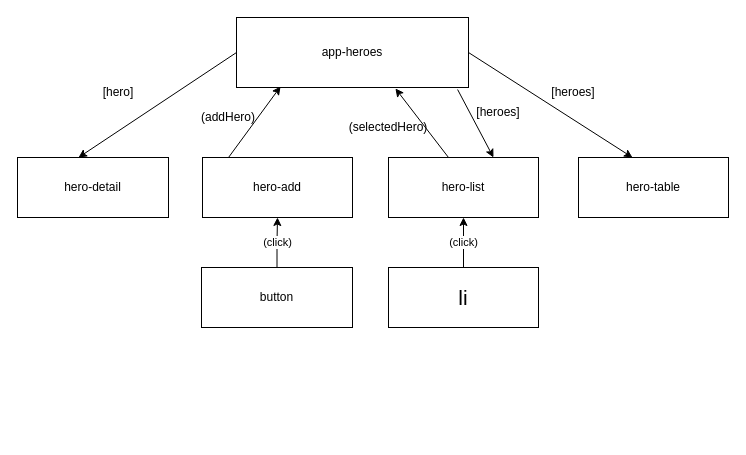
Before: Untitled Diagram.drawio in jirovick/asp1, a draw.io diagram. Source tidied: cells renumbered, new cells numbered last; positions are measured from the earlier drawing's top-left corner, leaving out a move shared by most shapes. Both pictures are drawn from the tidied source at 100%, with x=0, y=0 at pixel (17, 17).
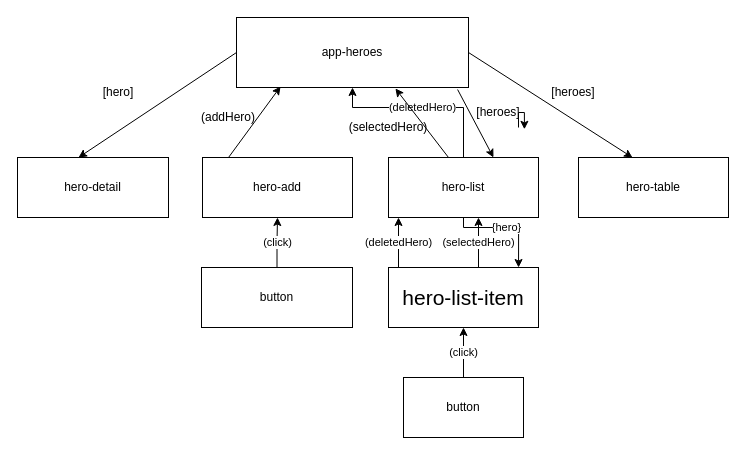
The same diagram, later.

Unchanged cells that the change refers to:
```xml
<mxCell id="2" value="app-heroes" style="rounded=0;whiteSpace=wrap;html=1;" parent="1" vertex="1">
  <mxGeometry x="219" width="232" height="70" as="geometry" />
</mxCell>
<mxCell id="5" value="hero-list" style="rounded=0;whiteSpace=wrap;html=1;" parent="1" vertex="1">
  <mxGeometry x="371" y="140" width="150" height="60" as="geometry" />
</mxCell>
<mxCell id="13" value="[heroes]" style="text;html=1;strokeColor=none;fillColor=none;align=center;verticalAlign=middle;whiteSpace=wrap;rounded=0;" parent="1" vertex="1">
  <mxGeometry x="441" y="80" width="80" height="30" as="geometry" />
</mxCell>
```

Change to the diagram source:
```diff
@@
+    <mxCell id="21" value="(deletedHero)" style="edgeStyle=orthogonalEdgeStyle;rounded=0;jettySize=auto;html=1;" parent="1" edge="1" source="5" target="2">
+      <mxGeometry relative="1" as="geometry">
+        <Array as="points">
+          <mxPoint x="446" y="90" />
+          <mxPoint x="335" y="90" />
+        </Array>
+      </mxGeometry>
+    </mxCell>
+    <mxCell id="22" value="{hero}" style="edgeStyle=orthogonalEdgeStyle;rounded=0;jettySize=auto;html=1;entryX=0.867;entryY=0;entryDx=0;entryDy=0;entryPerimeter=0;" parent="1" edge="1" source="5" target="18">
+      <mxGeometry relative="1" as="geometry">
+        <Array as="points">
+          <mxPoint x="446" y="210" />
+          <mxPoint x="501" y="210" />
+        </Array>
+      </mxGeometry>
+    </mxCell>
@@
-    <mxCell id="17" value="(click)" style="edgeStyle=orthogonalEdgeStyle;rounded=0;jettySize=auto;html=1;" parent="1" edge="1" source="18" target="5">
-      <mxGeometry relative="1" as="geometry">
-        <Array as="points">
-          <mxPoint x="446" y="220" />
-          <mxPoint x="446" y="220" />
-        </Array>
-      </mxGeometry>
-    </mxCell>
+    <mxCell id="23" value="(deletedHero)" style="edgeStyle=orthogonalEdgeStyle;rounded=0;jettySize=auto;html=1;" parent="1" edge="1" source="18" target="5">
+      <mxGeometry relative="1" as="geometry">
+        <Array as="points">
+          <mxPoint x="381" y="230" />
+          <mxPoint x="381" y="230" />
+        </Array>
+      </mxGeometry>
+    </mxCell>
+    <mxCell id="24" value="(selectedHero)" style="edgeStyle=orthogonalEdgeStyle;rounded=0;jettySize=auto;html=1;" parent="1" edge="1" source="18" target="5">
+      <mxGeometry relative="1" as="geometry">
+        <Array as="points">
+          <mxPoint x="461" y="220" />
+          <mxPoint x="461" y="220" />
+        </Array>
+      </mxGeometry>
+    </mxCell>
-    <mxCell id="18" value="&lt;font style=&quot;font-size: 21px&quot;&gt;li&lt;/font&gt;" style="rounded=0;whiteSpace=wrap;html=1;" parent="1" vertex="1">
+    <mxCell id="18" value="&lt;font style=&quot;font-size: 21px&quot;&gt;hero-list-item&lt;/font&gt;" style="rounded=0;whiteSpace=wrap;html=1;" parent="1" vertex="1">
       <mxGeometry x="371" y="250" width="150" height="60" as="geometry" />
     </mxCell>
@@
+    <mxCell id="25" style="edgeStyle=orthogonalEdgeStyle;rounded=0;orthogonalLoop=1;jettySize=auto;html=1;exitX=0.75;exitY=1;exitDx=0;exitDy=0;entryX=0.824;entryY=1.059;entryDx=0;entryDy=0;entryPerimeter=0;" parent="1" edge="1" source="13" target="13">
+      <mxGeometry relative="1" as="geometry">
+        <Array as="points">
+          <mxPoint x="501" y="95" />
+          <mxPoint x="507" y="95" />
+        </Array>
+      </mxGeometry>
+    </mxCell>
+    <mxCell id="17" value="(click)" style="edgeStyle=orthogonalEdgeStyle;rounded=0;jettySize=auto;html=1;" parent="1" edge="1" source="26" target="18">
+      <mxGeometry relative="1" as="geometry" />
+    </mxCell>
+    <mxCell id="26" value="button" style="rounded=0;whiteSpace=wrap;html=1;" parent="1" vertex="1">
+      <mxGeometry x="386" y="360" width="120" height="60" as="geometry" />
+    </mxCell>
```
